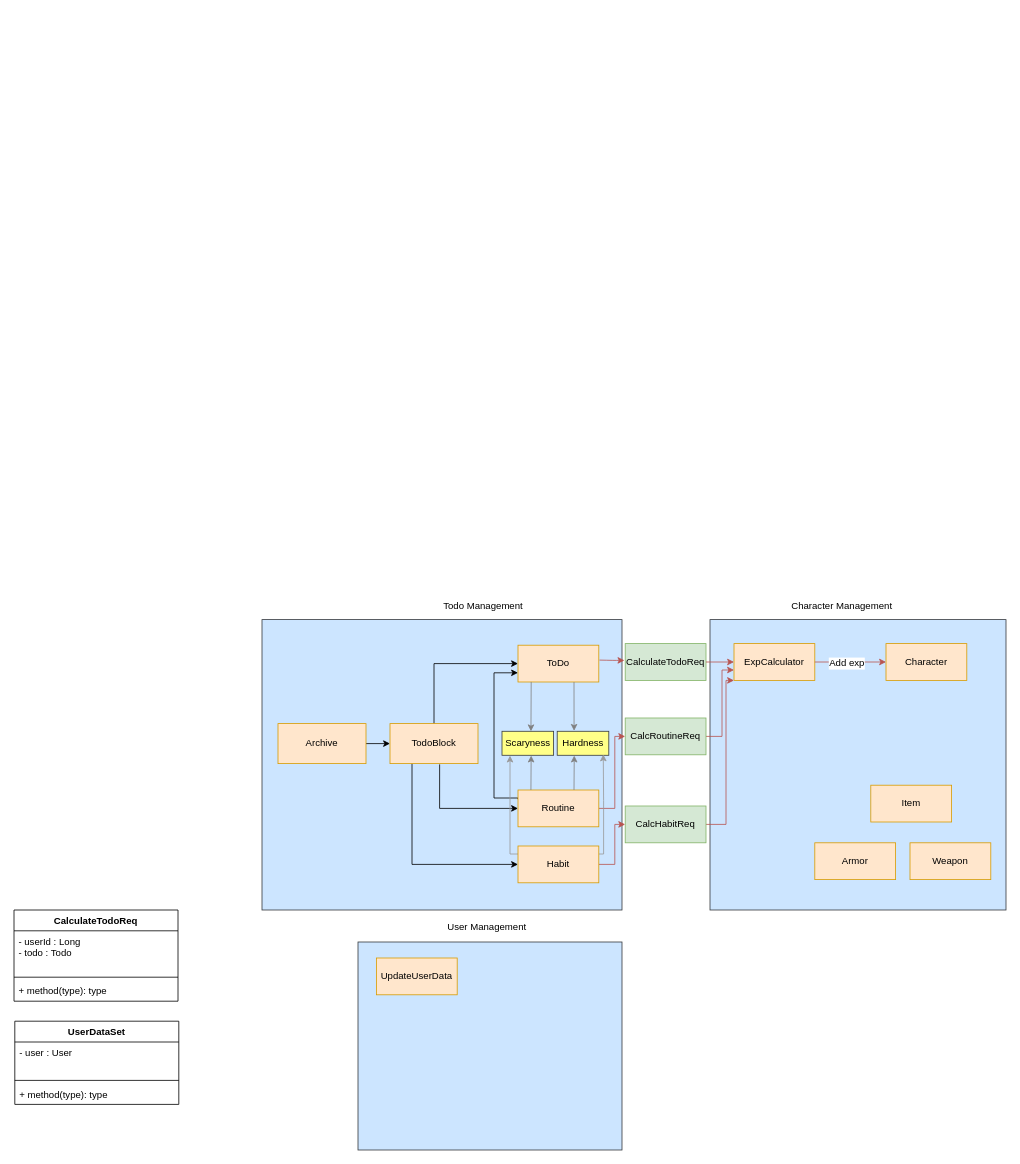
Before: Copy of 3projects.drawio in FedosovMax/diagrams, a draw.io diagram. Source tidied: cells renumbered, new cells numbered last; positions are measured from the earlier drawing's top-left corner, leaving out a move shared by most shapes. Both pictures are drawn from the tidied source at 80%, with x=0, y=0 at pixel (14, 598).
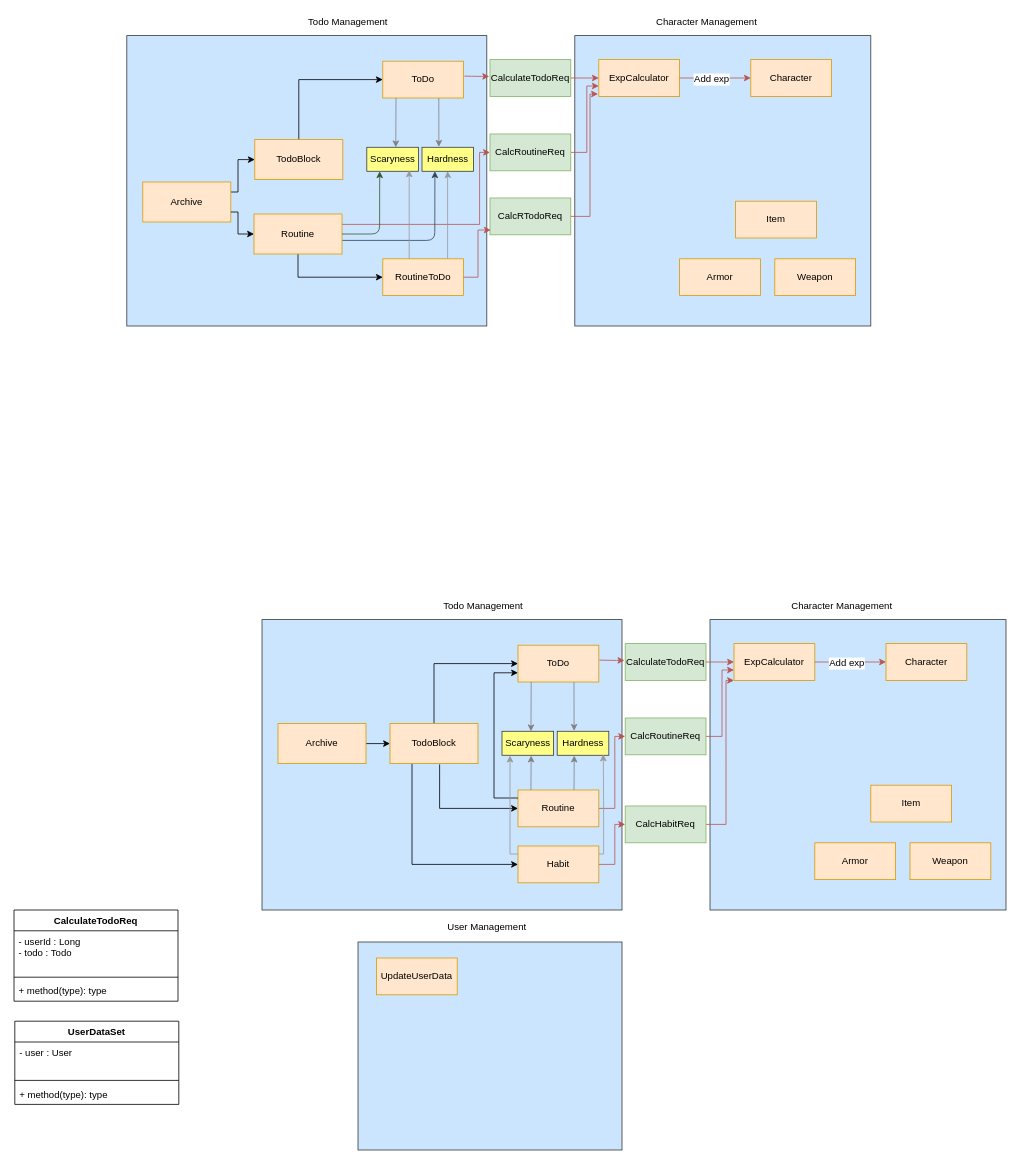
After the change.

Diff of the diagram source:
```diff
@@
+    <mxCell id="51" style="rounded=0;whiteSpace=wrap;html=1;fillColor=#cce5ff;strokeColor=#36393d;" parent="1" vertex="1">
+      <mxGeometry x="141" y="-703" width="450" height="363" as="geometry" />
+    </mxCell>
+    <mxCell id="52" style="rounded=0;whiteSpace=wrap;html=1;fillColor=#cce5ff;strokeColor=#36393d;" parent="1" vertex="1">
+      <mxGeometry x="701" y="-703" width="370" height="363" as="geometry" />
+    </mxCell>
+    <mxCell id="53" value="Todo Management" style="text;html=1;align=left;verticalAlign=top;spacingTop=-4;" parent="1" vertex="1">
+      <mxGeometry x="365.5" y="-730" width="110" height="20" as="geometry" />
+    </mxCell>
+    <mxCell id="54" value="Character Management" style="text;html=1;align=left;verticalAlign=top;spacingTop=-4;" parent="1" vertex="1">
+      <mxGeometry x="801" y="-730" width="140" height="20" as="geometry" />
+    </mxCell>
+    <mxCell id="55" style="edgeStyle=orthogonalEdgeStyle;rounded=0;jettySize=auto;html=1;exitX=0.5;exitY=0;exitDx=0;exitDy=0;" parent="1" edge="1" source="57" target="58">
+      <mxGeometry relative="1" as="geometry">
+        <Array as="points">
+          <mxPoint x="356" y="-648" />
+        </Array>
+      </mxGeometry>
+    </mxCell>
+    <mxCell id="56" style="edgeStyle=orthogonalEdgeStyle;rounded=0;jettySize=auto;html=1;entryX=0;entryY=0.5;entryDx=0;entryDy=0;exitX=0.5;exitY=1;exitDx=0;exitDy=0;" parent="1" edge="1" source="71" target="83">
+      <mxGeometry relative="1" as="geometry" />
+    </mxCell>
+    <mxCell id="57" value="TodoBlock" style="rounded=0;whiteSpace=wrap;html=1;fillColor=#ffe6cc;strokeColor=#d79b00;" parent="1" vertex="1">
+      <mxGeometry x="301" y="-573" width="110" height="50" as="geometry" />
+    </mxCell>
+    <mxCell id="58" value="ToDo" style="rounded=0;whiteSpace=wrap;html=1;fillColor=#ffe6cc;strokeColor=#d79b00;" parent="1" vertex="1">
+      <mxGeometry x="461" y="-671" width="101" height="46" as="geometry" />
+    </mxCell>
+    <mxCell id="59" style="edgeStyle=orthogonalEdgeStyle;rounded=0;jettySize=auto;html=1;entryX=0;entryY=0.5;entryDx=0;entryDy=0;exitX=1;exitY=0.25;exitDx=0;exitDy=0;" parent="1" edge="1" source="60" target="57">
+      <mxGeometry relative="1" as="geometry">
+        <Array as="points">
+          <mxPoint x="280" y="-507" />
+          <mxPoint x="280" y="-548" />
+        </Array>
+      </mxGeometry>
+    </mxCell>
+    <mxCell id="60" value="Archive" style="rounded=0;whiteSpace=wrap;html=1;fillColor=#ffe6cc;strokeColor=#d79b00;" parent="1" vertex="1">
+      <mxGeometry x="161" y="-520" width="110" height="50" as="geometry" />
+    </mxCell>
+    <mxCell id="61" value="ExpCalculator" style="rounded=0;whiteSpace=wrap;html=1;fillColor=#ffe6cc;strokeColor=#d79b00;" parent="1" vertex="1">
+      <mxGeometry x="731" y="-673" width="101" height="46" as="geometry" />
+    </mxCell>
+    <mxCell id="62" value="CalculateTodoReq" style="rounded=0;whiteSpace=wrap;html=1;fillColor=#d5e8d4;strokeColor=#82b366;" parent="1" vertex="1">
+      <mxGeometry x="595" y="-673" width="101" height="46" as="geometry" />
+    </mxCell>
+    <mxCell id="63" value="Hardness" style="rounded=0;whiteSpace=wrap;html=1;fillColor=#ffff88;strokeColor=#36393d;" parent="1" vertex="1">
+      <mxGeometry x="510" y="-563.4" width="64.5" height="30" as="geometry" />
+    </mxCell>
+    <mxCell id="64" value="Scaryness" style="rounded=0;whiteSpace=wrap;html=1;fillColor=#ffff88;strokeColor=#36393d;" parent="1" vertex="1">
+      <mxGeometry x="441" y="-563.4" width="64.5" height="30" as="geometry" />
+    </mxCell>
+    <mxCell id="65" style="endArrow=classic;html=1;exitX=1.009;exitY=0.405;exitDx=0;exitDy=0;exitPerimeter=0;fillColor=#f8cecc;strokeColor=#b85450;" parent="1" edge="1" source="58">
+      <mxGeometry relative="1" as="geometry">
+        <mxPoint x="594" y="-652" as="targetPoint" />
+        <Array as="points">
+          <mxPoint x="581" y="-652" />
+        </Array>
+      </mxGeometry>
+    </mxCell>
+    <mxCell id="66" style="endArrow=classic;html=1;exitX=1;exitY=0.5;exitDx=0;exitDy=0;entryX=0;entryY=0.5;entryDx=0;entryDy=0;fillColor=#f8cecc;strokeColor=#b85450;" parent="1" edge="1" source="62" target="61">
+      <mxGeometry relative="1" as="geometry" />
+    </mxCell>
+    <mxCell id="67" value="Character" style="rounded=0;whiteSpace=wrap;html=1;fillColor=#ffe6cc;strokeColor=#d79b00;" parent="1" vertex="1">
+      <mxGeometry x="921" y="-673" width="101" height="46" as="geometry" />
+    </mxCell>
+    <mxCell id="68" style="endArrow=classic;html=1;exitX=1;exitY=0.5;exitDx=0;exitDy=0;fillColor=#f8cecc;strokeColor=#b85450;entryX=0;entryY=0.5;entryDx=0;entryDy=0;" parent="1" edge="1" source="61" target="67">
+      <mxGeometry relative="1" as="geometry" />
+    </mxCell>
+    <mxCell id="69" value="Add exp" style="text;html=1;align=center;verticalAlign=middle;labelBackgroundColor=#ffffff;" parent="68" vertex="1">
+      <mxGeometry x="-0.35" y="-1" relative="1" as="geometry">
+        <mxPoint x="10" as="offset" />
+      </mxGeometry>
+    </mxCell>
+    <mxCell id="70" style="edgeStyle=orthogonalEdgeStyle;rounded=0;jettySize=auto;html=1;entryX=0;entryY=0.5;entryDx=0;entryDy=0;fillColor=#f8cecc;strokeColor=#b85450;" parent="1" edge="1" source="71" target="77">
+      <mxGeometry relative="1" as="geometry">
+        <Array as="points">
+          <mxPoint x="582" y="-467" />
+          <mxPoint x="582" y="-557" />
+        </Array>
+      </mxGeometry>
+    </mxCell>
+    <mxCell id="71" value="Routine" style="rounded=0;whiteSpace=wrap;html=1;fillColor=#ffe6cc;strokeColor=#d79b00;" parent="1" vertex="1">
+      <mxGeometry x="300" y="-480" width="110" height="50" as="geometry" />
+    </mxCell>
+    <mxCell id="72" style="endArrow=classic;html=1;exitX=1;exitY=0.5;exitDx=0;exitDy=0;entryX=0.25;entryY=1;entryDx=0;entryDy=0;strokeColor=#3A5431;fillColor=#6d8764;" parent="1" edge="1" source="71" target="64">
+      <mxGeometry relative="1" as="geometry">
+        <Array as="points">
+          <mxPoint x="457" y="-455" />
+        </Array>
+      </mxGeometry>
+    </mxCell>
+    <mxCell id="73" style="endArrow=classic;html=1;entryX=0.25;entryY=1;entryDx=0;entryDy=0;strokeColor=#314354;exitX=1.005;exitY=0.66;exitDx=0;exitDy=0;exitPerimeter=0;fillColor=#647687;" parent="1" edge="1" source="71" target="63">
+      <mxGeometry relative="1" as="geometry">
+        <Array as="points">
+          <mxPoint x="526" y="-447" />
+        </Array>
+      </mxGeometry>
+    </mxCell>
+    <mxCell id="74" style="endArrow=classic;html=1;exitX=0.75;exitY=1;exitDx=0;exitDy=0;entryX=0.417;entryY=-0.02;entryDx=0;entryDy=0;entryPerimeter=0;strokeColor=#808080;" parent="1" edge="1">
+      <mxGeometry relative="1" as="geometry">
+        <mxPoint x="531" y="-625" as="sourcePoint" />
+        <mxPoint x="531.1" y="-564" as="targetPoint" />
+      </mxGeometry>
+    </mxCell>
+    <mxCell id="75" style="endArrow=classic;html=1;exitX=0.124;exitY=0.998;exitDx=0;exitDy=0;exitPerimeter=0;entryX=0.5;entryY=0;entryDx=0;entryDy=0;strokeColor=#808080;" parent="1" edge="1">
+      <mxGeometry relative="1" as="geometry">
+        <mxPoint x="477.5" y="-625.1" as="sourcePoint" />
+        <mxPoint x="477.2" y="-563.4" as="targetPoint" />
+      </mxGeometry>
+    </mxCell>
+    <mxCell id="76" style="edgeStyle=orthogonalEdgeStyle;rounded=0;jettySize=auto;html=1;fillColor=#f8cecc;strokeColor=#b85450;exitX=1;exitY=0.5;exitDx=0;exitDy=0;" parent="1" edge="1" source="77" target="61">
+      <mxGeometry relative="1" as="geometry">
+        <Array as="points">
+          <mxPoint x="716" y="-557" />
+          <mxPoint x="716" y="-640" />
+        </Array>
+      </mxGeometry>
+    </mxCell>
+    <mxCell id="77" value="CalcRoutineReq" style="rounded=0;whiteSpace=wrap;html=1;fillColor=#d5e8d4;strokeColor=#82b366;" parent="1" vertex="1">
+      <mxGeometry x="595" y="-580" width="101" height="46" as="geometry" />
+    </mxCell>
+    <mxCell id="78" value="Item" style="rounded=0;whiteSpace=wrap;html=1;fillColor=#ffe6cc;strokeColor=#d79b00;" parent="1" vertex="1">
+      <mxGeometry x="902" y="-496" width="101" height="46" as="geometry" />
+    </mxCell>
+    <mxCell id="79" value="Armor" style="rounded=0;whiteSpace=wrap;html=1;fillColor=#ffe6cc;strokeColor=#d79b00;" parent="1" vertex="1">
+      <mxGeometry x="832" y="-424" width="101" height="46" as="geometry" />
+    </mxCell>
+    <mxCell id="80" value="Weapon" style="rounded=0;whiteSpace=wrap;html=1;fillColor=#ffe6cc;strokeColor=#d79b00;" parent="1" vertex="1">
+      <mxGeometry x="951" y="-424" width="101" height="46" as="geometry" />
+    </mxCell>
+    <mxCell id="81" style="edgeStyle=orthogonalEdgeStyle;rounded=0;jettySize=auto;html=1;strokeColor=#999999;entryX=0.822;entryY=0.96;entryDx=0;entryDy=0;entryPerimeter=0;exitX=0.34;exitY=0.025;exitDx=0;exitDy=0;exitPerimeter=0;" parent="1" edge="1" source="83" target="64">
+      <mxGeometry relative="1" as="geometry">
+        <Array as="points">
+          <mxPoint x="494" y="-423" />
+        </Array>
+      </mxGeometry>
+    </mxCell>
+    <mxCell id="82" style="edgeStyle=orthogonalEdgeStyle;rounded=0;jettySize=auto;html=1;strokeColor=#999999;entryX=0.495;entryY=1;entryDx=0;entryDy=0;entryPerimeter=0;" parent="1" edge="1" target="63">
+      <mxGeometry relative="1" as="geometry">
+        <mxPoint x="562" y="-410" as="sourcePoint" />
+        <Array as="points">
+          <mxPoint x="542" y="-410" />
+          <mxPoint x="542" y="-532" />
+          <mxPoint x="542" y="-532" />
+        </Array>
+      </mxGeometry>
+    </mxCell>
+    <mxCell id="83" value="RoutineToDo" style="rounded=0;whiteSpace=wrap;html=1;fillColor=#ffe6cc;strokeColor=#d79b00;" parent="1" vertex="1">
+      <mxGeometry x="461" y="-424" width="101" height="46" as="geometry" />
+    </mxCell>
+    <mxCell id="84" value="CalcRTodoReq" style="rounded=0;whiteSpace=wrap;html=1;fillColor=#d5e8d4;strokeColor=#82b366;" parent="1" vertex="1">
+      <mxGeometry x="595" y="-500" width="101" height="46" as="geometry" />
+    </mxCell>
+    <mxCell id="85" style="edgeStyle=orthogonalEdgeStyle;rounded=0;jettySize=auto;html=1;entryX=0;entryY=0.5;entryDx=0;entryDy=0;exitX=1;exitY=0.75;exitDx=0;exitDy=0;" parent="1" edge="1" source="60" target="71">
+      <mxGeometry relative="1" as="geometry">
+        <Array as="points">
+          <mxPoint x="280" y="-483" />
+          <mxPoint x="280" y="-455" />
+        </Array>
+      </mxGeometry>
+    </mxCell>
+    <mxCell id="86" style="edgeStyle=orthogonalEdgeStyle;rounded=0;jettySize=auto;html=1;fillColor=#f8cecc;strokeColor=#b85450;exitX=1;exitY=0.5;exitDx=0;exitDy=0;" parent="1" edge="1" source="83">
+      <mxGeometry relative="1" as="geometry">
+        <mxPoint x="596" y="-460" as="targetPoint" />
+        <Array as="points">
+          <mxPoint x="580" y="-401" />
+          <mxPoint x="580" y="-460" />
+          <mxPoint x="596" y="-460" />
+        </Array>
+      </mxGeometry>
+    </mxCell>
+    <mxCell id="87" style="edgeStyle=orthogonalEdgeStyle;rounded=0;jettySize=auto;html=1;fillColor=#f8cecc;strokeColor=#b85450;exitX=1;exitY=0.5;exitDx=0;exitDy=0;" parent="1" edge="1" source="84">
+      <mxGeometry relative="1" as="geometry">
+        <mxPoint x="730" y="-630" as="targetPoint" />
+        <Array as="points">
+          <mxPoint x="720" y="-477" />
+          <mxPoint x="720" y="-630" />
+        </Array>
+      </mxGeometry>
+    </mxCell>
```
